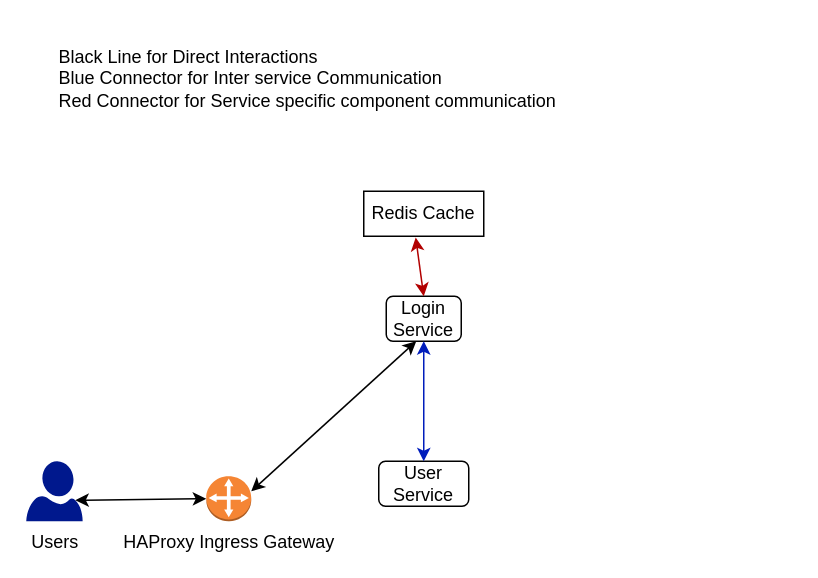
karthiksurabathula/ecommerce keeps this draw.io diagram as page "Application Architecture" (1 of 2) of Ecommerce.drawio. Above is the earlier version. Source tidied: cells renumbered, new cells numbered last; positions are measured from the earlier drawing's top-left corner, leaving out a move shared by most shapes. Both pictures are drawn from the tidied source at 150%, with x=0, y=0 at pixel (26, 26).
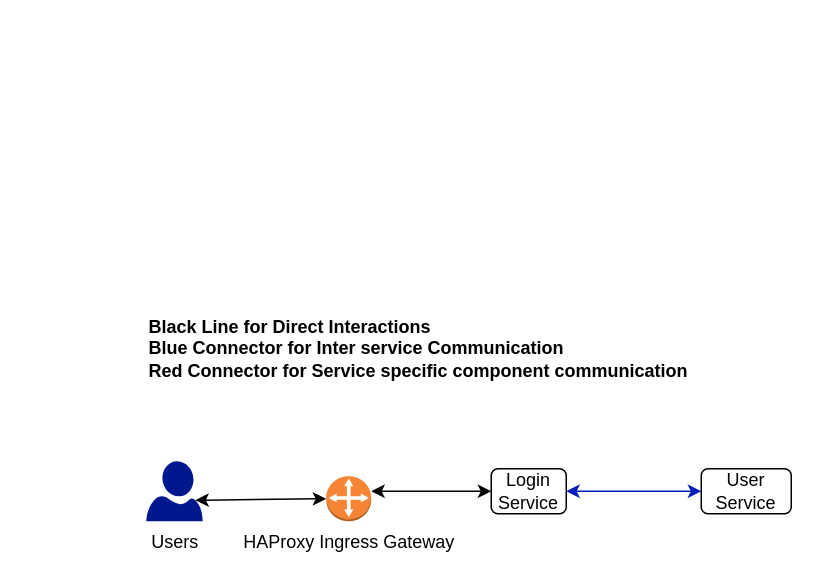
After the change.

The edit, as a diff of the source:
```diff
@@
 <mxGraphModel background="#ffffff">
   <root>
     <mxCell id="0" />
     <mxCell id="1" parent="0" />
     <mxCell id="2" value="HAProxy Ingress Gateway" style="outlineConnect=0;dashed=0;verticalLabelPosition=bottom;verticalAlign=top;align=center;html=1;shape=mxgraph.aws3.customer_gateway;fillColor=#F58534;gradientColor=none;" parent="1" vertex="1">
-      <mxGeometry x="120" y="300" width="30" height="30" as="geometry" />
+      <mxGeometry x="200" y="300" width="30" height="30" as="geometry" />
     </mxCell>
     <mxCell id="3" value="Users" style="shadow=0;dashed=0;html=1;strokeColor=none;labelPosition=center;verticalLabelPosition=bottom;verticalAlign=top;align=center;fillColor=#00188D;shape=mxgraph.azure.user;" parent="1" vertex="1">
-      <mxGeometry y="290" width="37.6" height="40" as="geometry" />
+      <mxGeometry x="80" y="290" width="37.6" height="40" as="geometry" />
     </mxCell>
     <mxCell id="4" style="endArrow=classic;startArrow=classic;html=1;exitX=0.87;exitY=0.65;exitDx=0;exitDy=0;exitPerimeter=0;entryX=0;entryY=0.5;entryDx=0;entryDy=0;entryPerimeter=0;" parent="1" edge="1" source="3" target="2">
       <mxGeometry relative="1" as="geometry" />
     </mxCell>
     <mxCell id="5" value="Login Service" style="rounded=1;whiteSpace=wrap;html=1;" parent="1" vertex="1">
-      <mxGeometry x="240" y="180" width="50" height="30" as="geometry" />
+      <mxGeometry x="310" y="295" width="50" height="30" as="geometry" />
     </mxCell>
-    <mxCell id="6" style="endArrow=classic;startArrow=classic;html=1;entryX=0.4;entryY=1;entryDx=0;entryDy=0;entryPerimeter=0;" parent="1" edge="1" target="5">
+    <mxCell id="6" style="endArrow=classic;startArrow=classic;html=1;entryX=0;entryY=0.5;entryDx=0;entryDy=0;" parent="1" edge="1" target="5">
       <mxGeometry relative="1" as="geometry">
-        <mxPoint x="150" y="310" as="sourcePoint" />
+        <mxPoint x="230" y="310" as="sourcePoint" />
       </mxGeometry>
     </mxCell>
     <mxCell id="7" value="User Service" style="rounded=1;whiteSpace=wrap;html=1;" parent="1" vertex="1">
-      <mxGeometry x="235" y="290" width="60" height="30" as="geometry" />
+      <mxGeometry x="450" y="295" width="60" height="30" as="geometry" />
     </mxCell>
-    <mxCell id="8" style="endArrow=classic;startArrow=classic;html=1;entryX=0.5;entryY=1;entryDx=0;entryDy=0;exitX=0.5;exitY=0;exitDx=0;exitDy=0;fillColor=#0050ef;strokeColor=#001DBC;" parent="1" edge="1" source="7" target="5">
+    <mxCell id="8" style="endArrow=classic;startArrow=classic;html=1;entryX=1;entryY=0.5;entryDx=0;entryDy=0;exitX=0;exitY=0.5;exitDx=0;exitDy=0;fillColor=#0050ef;strokeColor=#001DBC;" parent="1" edge="1" source="7" target="5">
       <mxGeometry relative="1" as="geometry" />
     </mxCell>
-    <mxCell id="9" value="Redis Cache" style="rounded=0;whiteSpace=wrap;html=1;" parent="1" vertex="1">
-      <mxGeometry x="225" y="110" width="80" height="30" as="geometry" />
-    </mxCell>
-    <mxCell id="10" style="endArrow=classic;startArrow=classic;html=1;entryX=0.433;entryY=1.028;entryDx=0;entryDy=0;entryPerimeter=0;exitX=0.5;exitY=0;exitDx=0;exitDy=0;fillColor=#e51400;strokeColor=#B20000;" parent="1" edge="1" source="5" target="9">
-      <mxGeometry relative="1" as="geometry" />
-    </mxCell>
-    <mxCell id="11" value="Black Line for Direct Interactions&lt;br&gt;Blue Connector for Inter service Communication&lt;br&gt;Red Connector for Service specific component communication" style="text;html=1;strokeColor=none;fillColor=none;align=left;verticalAlign=middle;whiteSpace=wrap;rounded=0;" parent="1" vertex="1">
-      <mxGeometry x="20" width="390" height="70" as="geometry" />
+    <mxCell id="11" value="&lt;b&gt;Black Line for Direct Interactions&lt;br&gt;Blue Connector for Inter service Communication&lt;br&gt;Red Connector for Service specific component communication&lt;/b&gt;" style="text;html=1;strokeColor=none;fillColor=none;align=left;verticalAlign=middle;whiteSpace=wrap;rounded=0;" parent="1" vertex="1">
+      <mxGeometry x="80" y="180" width="390" height="70" as="geometry" />
     </mxCell>
   </root>
 </mxGraphModel>
```
